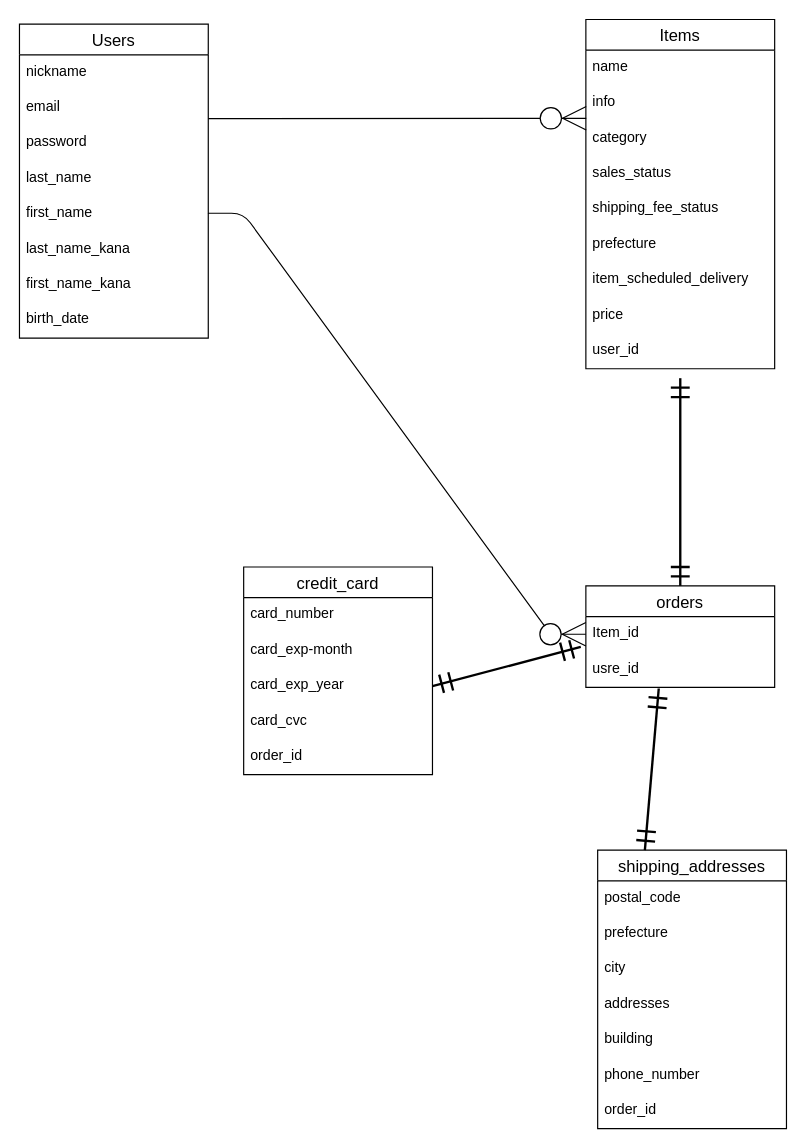
Namiho1994/furima-38356 keeps this draw.io diagram as furima.dio. Above is the earlier version. Source tidied: cells renumbered, new cells numbered last; positions are measured from the earlier drawing's top-left corner, leaving out a move shared by most shapes. Both pictures are drawn from the tidied source at 118%, with x=0, y=0 at pixel (19, 19).
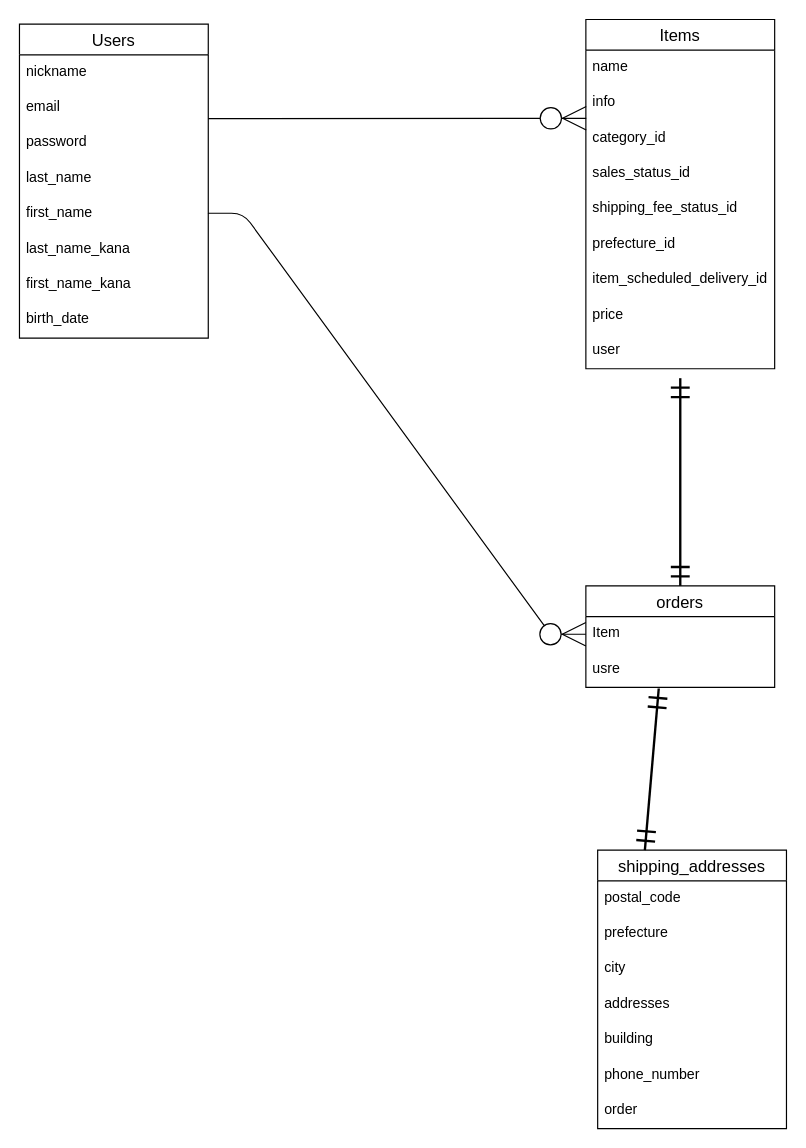
The same page after the edit.

The change refers to these unchanged cells:
```xml
<mxCell id="11" value="Items" style="swimlane;fontStyle=0;horizontal=1;startSize=26;align=center;fontSize=14;" parent="1" vertex="1">
  <mxGeometry x="480" width="160" height="296" as="geometry" />
</mxCell>
<mxCell id="21" value="shipping_addresses" style="swimlane;fontStyle=0;horizontal=1;startSize=26;align=center;fontSize=14;" parent="1" vertex="1">
  <mxGeometry x="490" y="704" width="160" height="236" as="geometry" />
</mxCell>
<mxCell id="38" value="orders" style="swimlane;fontStyle=0;horizontal=1;startSize=26;align=center;fontSize=14;html=0;" parent="1" vertex="1">
  <mxGeometry x="480" y="480" width="160" height="86" as="geometry" />
</mxCell>
```

Change to the diagram source:
```diff
@@
-    <mxCell id="14" value="category" style="text;strokeColor=none;fillColor=none;spacingLeft=4;spacingRight=4;overflow=hidden;fontSize=12;" parent="11" vertex="1">
+    <mxCell id="14" value="category_id" style="text;strokeColor=none;fillColor=none;spacingLeft=4;spacingRight=4;overflow=hidden;fontSize=12;" parent="11" vertex="1">
       <mxGeometry y="86" width="160" height="30" as="geometry" />
     </mxCell>
-    <mxCell id="15" value="sales_status" style="text;strokeColor=none;fillColor=none;spacingLeft=4;spacingRight=4;overflow=hidden;fontSize=12;" parent="11" vertex="1">
+    <mxCell id="15" value="sales_status_id" style="text;strokeColor=none;fillColor=none;spacingLeft=4;spacingRight=4;overflow=hidden;fontSize=12;" parent="11" vertex="1">
       <mxGeometry y="116" width="160" height="30" as="geometry" />
     </mxCell>
-    <mxCell id="16" value="shipping_fee_status" style="text;strokeColor=none;fillColor=none;spacingLeft=4;spacingRight=4;overflow=hidden;fontSize=12;" parent="11" vertex="1">
+    <mxCell id="16" value="shipping_fee_status_id" style="text;strokeColor=none;fillColor=none;spacingLeft=4;spacingRight=4;overflow=hidden;fontSize=12;" parent="11" vertex="1">
       <mxGeometry y="146" width="160" height="30" as="geometry" />
     </mxCell>
-    <mxCell id="17" value="prefecture" style="text;strokeColor=none;fillColor=none;spacingLeft=4;spacingRight=4;overflow=hidden;fontSize=12;" parent="11" vertex="1">
+    <mxCell id="17" value="prefecture_id" style="text;strokeColor=none;fillColor=none;spacingLeft=4;spacingRight=4;overflow=hidden;fontSize=12;" parent="11" vertex="1">
       <mxGeometry y="176" width="160" height="30" as="geometry" />
     </mxCell>
-    <mxCell id="18" value="item_scheduled_delivery" style="text;strokeColor=none;fillColor=none;spacingLeft=4;spacingRight=4;overflow=hidden;fontSize=12;" parent="11" vertex="1">
+    <mxCell id="18" value="item_scheduled_delivery_id" style="text;strokeColor=none;fillColor=none;spacingLeft=4;spacingRight=4;overflow=hidden;fontSize=12;" parent="11" vertex="1">
       <mxGeometry y="206" width="160" height="30" as="geometry" />
     </mxCell>
@@
-    <mxCell id="20" value="user_id" style="text;strokeColor=none;fillColor=none;spacingLeft=4;spacingRight=4;overflow=hidden;fontSize=12;" parent="11" vertex="1">
+    <mxCell id="20" value="user" style="text;strokeColor=none;fillColor=none;spacingLeft=4;spacingRight=4;overflow=hidden;fontSize=12;" parent="11" vertex="1">
       <mxGeometry y="266" width="160" height="30" as="geometry" />
     </mxCell>
@@
-    <mxCell id="28" value="order_id" style="text;strokeColor=none;fillColor=none;spacingLeft=4;spacingRight=4;overflow=hidden;fontSize=12;" parent="21" vertex="1">
+    <mxCell id="28" value="order" style="text;strokeColor=none;fillColor=none;spacingLeft=4;spacingRight=4;overflow=hidden;fontSize=12;" parent="21" vertex="1">
       <mxGeometry y="206" width="160" height="30" as="geometry" />
     </mxCell>
@@
-    <mxCell id="31" value="credit_card" style="swimlane;fontStyle=0;horizontal=1;startSize=26;align=center;fontSize=14;html=0;" parent="1" vertex="1">
-      <mxGeometry x="190" y="464" width="160" height="176" as="geometry" />
-    </mxCell>
-    <mxCell id="32" value="card_number" style="text;strokeColor=none;fillColor=none;spacingLeft=4;spacingRight=4;overflow=hidden;fontSize=12;html=0;" parent="31" vertex="1">
-      <mxGeometry y="26" width="160" height="30" as="geometry" />
-    </mxCell>
-    <mxCell id="33" value="card_exp-month" style="text;strokeColor=none;fillColor=none;spacingLeft=4;spacingRight=4;overflow=hidden;fontSize=12;html=0;" parent="31" vertex="1">
-      <mxGeometry y="56" width="160" height="30" as="geometry" />
-    </mxCell>
-    <mxCell id="34" value="card_exp_year" style="text;strokeColor=none;fillColor=none;spacingLeft=4;spacingRight=4;overflow=hidden;points=[[0,0.5],[1,0.5]];portConstraint=eastwest;fontSize=12;html=0;" parent="31" vertex="1">
-      <mxGeometry y="86" width="160" height="30" as="geometry" />
-    </mxCell>
-    <mxCell id="35" value="card_cvc" style="text;strokeColor=none;fillColor=none;spacingLeft=4;spacingRight=4;overflow=hidden;fontSize=12;html=0;" parent="31" vertex="1">
-      <mxGeometry y="116" width="160" height="30" as="geometry" />
-    </mxCell>
-    <mxCell id="36" value="order_id" style="text;strokeColor=none;fillColor=none;spacingLeft=4;spacingRight=4;overflow=hidden;fontSize=12;html=0;" parent="31" vertex="1">
-      <mxGeometry y="146" width="160" height="30" as="geometry" />
-    </mxCell>
-    <mxCell id="37" style="fontSize=12;html=1;endArrow=ERmandOne;startArrow=ERmandOne;endSize=13;strokeWidth=2;jumpSize=0;startSize=13;targetPerimeterSpacing=7;exitX=-0.027;exitY=-0.142;exitDx=0;exitDy=0;entryX=1;entryY=0.5;entryDx=0;entryDy=0;exitPerimeter=0;" parent="1" edge="1" source="40" target="34">
-      <mxGeometry relative="1" as="geometry" />
-    </mxCell>
@@
-    <mxCell id="39" value="Item_id" style="text;strokeColor=none;fillColor=none;spacingLeft=4;spacingRight=4;overflow=hidden;fontSize=12;html=0;" parent="38" vertex="1">
+    <mxCell id="39" value="Item" style="text;strokeColor=none;fillColor=none;spacingLeft=4;spacingRight=4;overflow=hidden;fontSize=12;html=0;" parent="38" vertex="1">
       <mxGeometry y="26" width="160" height="30" as="geometry" />
     </mxCell>
-    <mxCell id="40" value="usre_id" style="text;strokeColor=none;fillColor=none;spacingLeft=4;spacingRight=4;overflow=hidden;points=[[0,0.5],[1,0.5]];portConstraint=eastwest;fontSize=12;html=0;" parent="38" vertex="1">
+    <mxCell id="40" value="usre" style="text;strokeColor=none;fillColor=none;spacingLeft=4;spacingRight=4;overflow=hidden;points=[[0,0.5],[1,0.5]];portConstraint=eastwest;fontSize=12;html=0;" parent="38" vertex="1">
       <mxGeometry y="56" width="160" height="30" as="geometry" />
     </mxCell>
```
